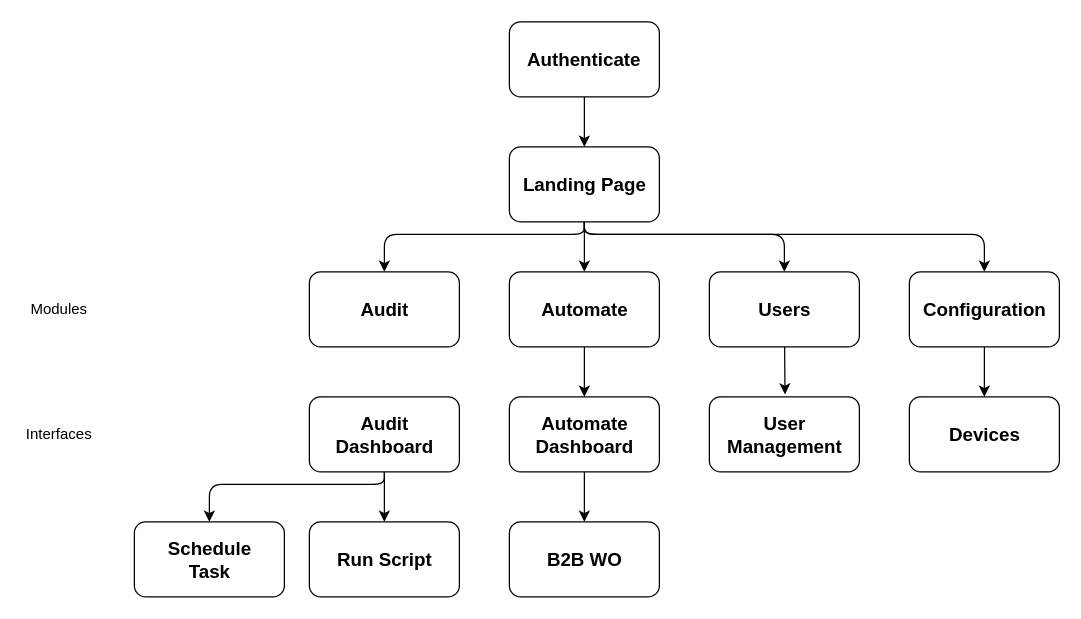
DrXneaky/Diagram keeps this draw.io diagram as diagram_interface.drawio. Above is the earlier version. Source tidied: cells renumbered, new cells numbered last; positions are measured from the earlier drawing's top-left corner, leaving out a move shared by most shapes. Both pictures are drawn from the tidied source at 125%, with x=0, y=0 at pixel (21, 21).
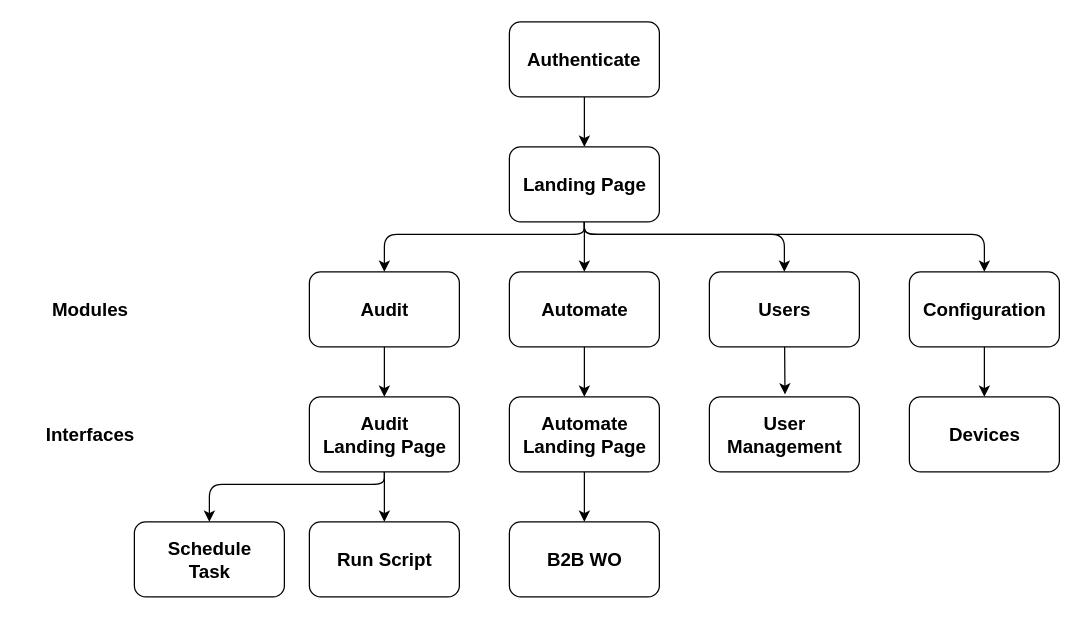
The same diagram, later.

The change refers to these unchanged cells:
```xml
<mxCell id="4" style="rounded=1;whiteSpace=wrap;html=1;" parent="1" vertex="1">
  <mxGeometry x="230" y="300" width="120" height="60" as="geometry" />
</mxCell>
<mxCell id="37" style="rounded=1;whiteSpace=wrap;html=1;" parent="1" vertex="1">
  <mxGeometry x="230" y="200" width="120" height="60" as="geometry" />
</mxCell>
```

Change to the diagram source:
```diff
@@
-    <mxCell id="8" value="&lt;font face=&quot;Old Standard TT&quot;&gt;Modules&lt;/font&gt;" style="text;html=1;strokeColor=none;fillColor=none;align=center;verticalAlign=middle;whiteSpace=wrap;rounded=0;" parent="1" vertex="1">
-      <mxGeometry x="10" y="220" width="40" height="20" as="geometry" />
-    </mxCell>
-    <mxCell id="9" value="&lt;font face=&quot;Old Standard TT&quot;&gt;Interfaces&lt;/font&gt;" style="text;html=1;strokeColor=none;fillColor=none;align=center;verticalAlign=middle;whiteSpace=wrap;rounded=0;" parent="1" vertex="1">
-      <mxGeometry y="320" width="60" height="20" as="geometry" />
-    </mxCell>
@@
-    <mxCell id="25" style="edgeStyle=orthogonalEdgeStyle;rounded=0;orthogonalLoop=1;jettySize=auto;html=1;exitX=0.5;exitY=1;exitDx=0;exitDy=0;" parent="1" edge="1" source="8" target="8">
-      <mxGeometry relative="1" as="geometry" />
+    <mxCell id="25" style="edgeStyle=orthogonalEdgeStyle;rounded=0;orthogonalLoop=1;jettySize=auto;html=1;exitX=0.5;exitY=1;exitDx=0;exitDy=0;" parent="1" edge="1">
+      <mxGeometry relative="1" as="geometry">
+        <mxPoint x="50" y="240" as="sourcePoint" />
+        <mxPoint x="50" y="240" as="targetPoint" />
+      </mxGeometry>
     </mxCell>
@@
-    <mxCell id="28" value="&lt;font face=&quot;Old Standard TT&quot; style=&quot;font-size: 15px&quot;&gt;Audit Dashboard&lt;/font&gt;" style="text;html=1;strokeColor=none;fillColor=none;align=center;verticalAlign=middle;whiteSpace=wrap;rounded=0;fontStyle=1;" parent="1" vertex="1">
+    <mxCell id="28" value="&lt;font face=&quot;Old Standard TT&quot; style=&quot;font-size: 15px&quot;&gt;Audit &lt;br&gt;Landing Page&lt;/font&gt;" style="text;html=1;strokeColor=none;fillColor=none;align=center;verticalAlign=middle;whiteSpace=wrap;rounded=0;fontStyle=1;" parent="1" vertex="1">
       <mxGeometry x="237.5" y="320" width="105" height="20" as="geometry" />
     </mxCell>
@@
-    <mxCell id="34" value="&lt;font face=&quot;Old Standard TT&quot; style=&quot;font-size: 15px&quot;&gt;Automate Dashboard&lt;/font&gt;" style="text;html=1;strokeColor=none;fillColor=none;align=center;verticalAlign=middle;whiteSpace=wrap;rounded=0;fontStyle=1;" parent="1" vertex="1">
-      <mxGeometry x="397.5" y="320" width="105" height="20" as="geometry" />
+    <mxCell id="34" value="&lt;font face=&quot;Old Standard TT&quot; style=&quot;font-size: 15px&quot;&gt;Automate Landing Page&lt;/font&gt;" style="text;html=1;strokeColor=none;fillColor=none;align=center;verticalAlign=middle;whiteSpace=wrap;rounded=0;fontStyle=1;" parent="1" vertex="1">
+      <mxGeometry x="397.5" y="315" width="105" height="30" as="geometry" />
     </mxCell>
@@
+    <mxCell id="42" style="endArrow=classic;html=1;exitX=0.5;exitY=1;exitDx=0;exitDy=0;entryX=0.5;entryY=0;entryDx=0;entryDy=0;" parent="1" edge="1" source="37" target="4">
+      <mxGeometry relative="1" as="geometry" />
+    </mxCell>
+    <mxCell id="8" value="&lt;font face=&quot;Old Standard TT&quot; style=&quot;font-size: 15px&quot;&gt;Modules&lt;/font&gt;" style="text;html=1;strokeColor=none;fillColor=none;align=center;verticalAlign=middle;whiteSpace=wrap;rounded=0;fontStyle=1;" parent="1" vertex="1">
+      <mxGeometry x="20" y="220" width="70" height="20" as="geometry" />
+    </mxCell>
+    <mxCell id="9" value="&lt;font face=&quot;Old Standard TT&quot; style=&quot;font-size: 15px&quot;&gt;Interfaces&lt;/font&gt;" style="text;html=1;strokeColor=none;fillColor=none;align=center;verticalAlign=middle;whiteSpace=wrap;rounded=0;fontStyle=1;" parent="1" vertex="1">
+      <mxGeometry x="20" y="320" width="70" height="20" as="geometry" />
+    </mxCell>
```
